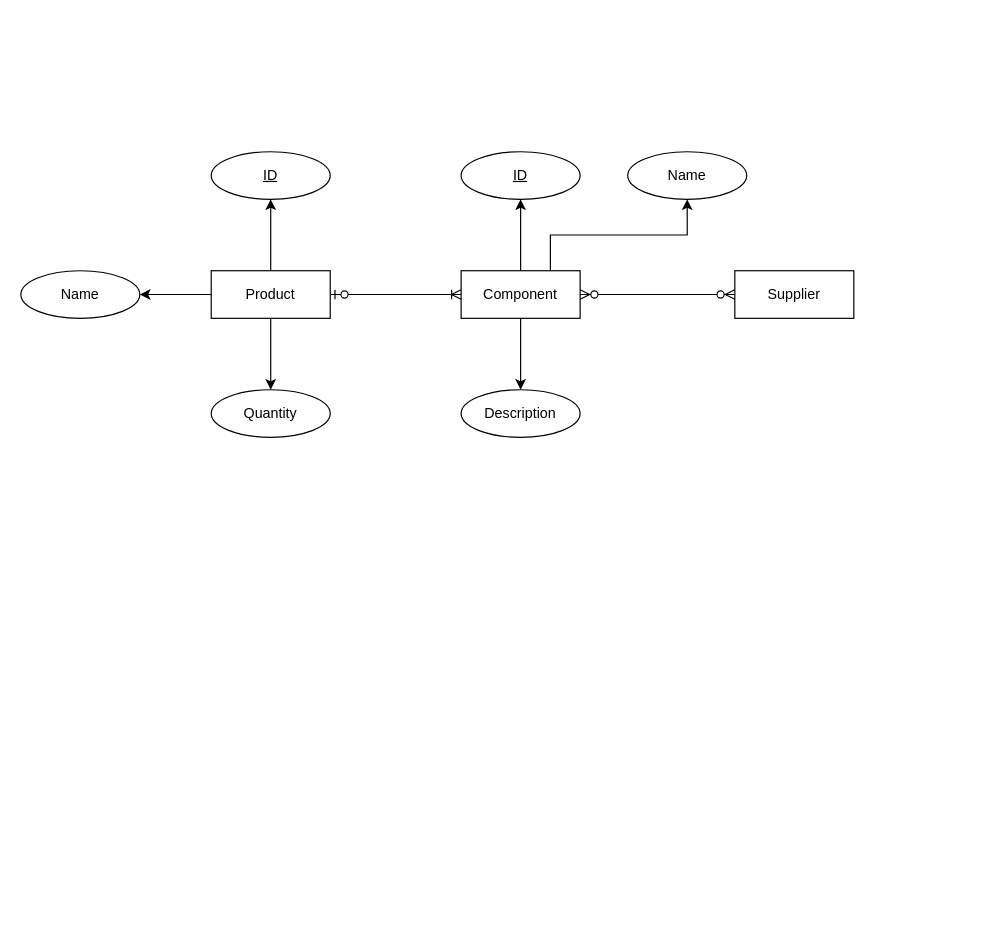
Before: DBMS Data Modeling Ex 1.drawio in c12yp71Cc0d312/sapient-dbms, a draw.io diagram. Source tidied: cells renumbered, new cells numbered last; positions are measured from the earlier drawing's top-left corner, leaving out a move shared by most shapes. Both pictures are drawn from the tidied source at 119%, with x=0, y=0 at pixel (20, 151).
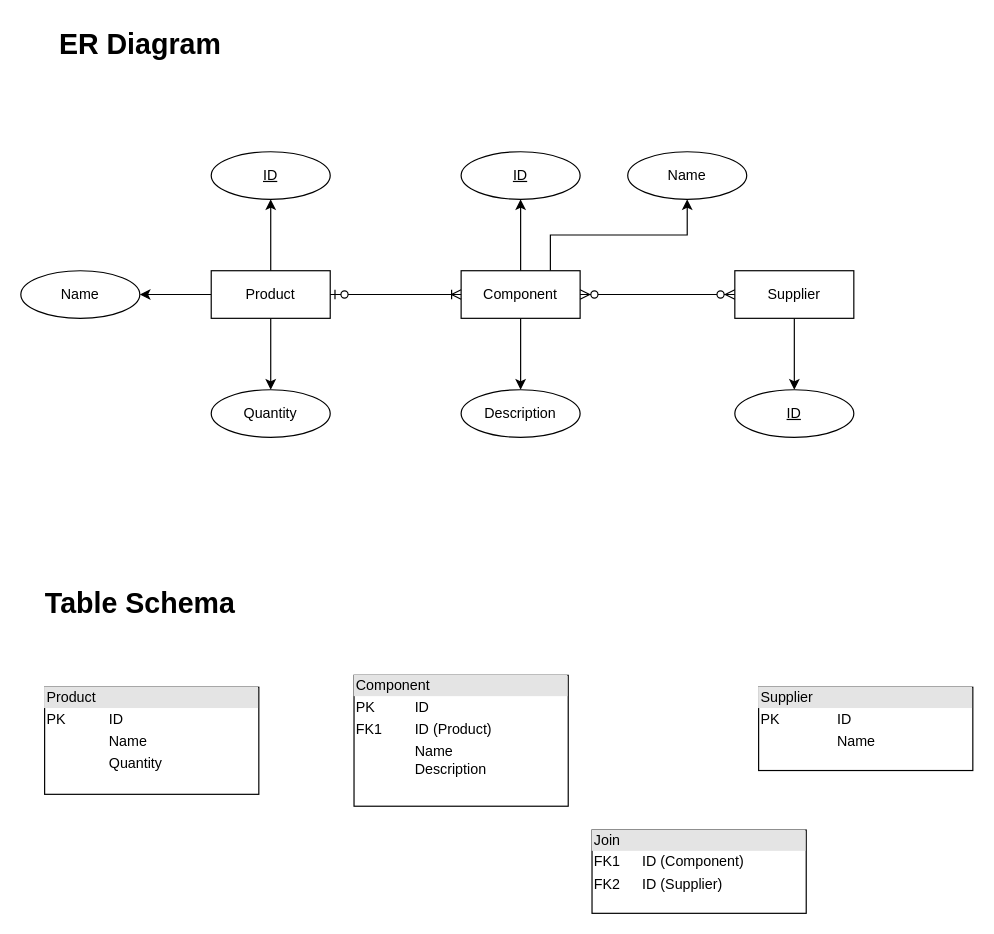
The same page after the edit.

The change refers to these unchanged cells:
```xml
<mxCell id="17" value="Supplier" style="whiteSpace=wrap;html=1;align=center;" parent="1" vertex="1">
  <mxGeometry x="600" y="100" width="100" height="40" as="geometry" />
</mxCell>
```

Diff of the diagram source:
```diff
@@
+    <mxCell id="19" style="edgeStyle=orthogonalEdgeStyle;rounded=0;jettySize=auto;html=1;" parent="1" edge="1" source="17" target="20">
+      <mxGeometry relative="1" as="geometry" />
+    </mxCell>
@@
+    <mxCell id="20" value="&lt;u&gt;ID&lt;/u&gt;" style="ellipse;whiteSpace=wrap;html=1;align=center;" parent="1" vertex="1">
+      <mxGeometry x="600" y="200" width="100" height="40" as="geometry" />
+    </mxCell>
+    <mxCell id="21" value="&lt;div style=&quot;box-sizing: border-box; width: 100%; background: rgb(228, 228, 228); padding: 2px; --darkreader-inline-bgimage: initial; --darkreader-inline-bgcolor: #272b2c;&quot;&gt;Product&lt;/div&gt;&lt;table style=&quot;width:100%;font-size:1em;&quot; cellpadding=&quot;2&quot; cellspacing=&quot;0&quot;&gt;&lt;tbody&gt;&lt;tr&gt;&lt;td&gt;PK&lt;/td&gt;&lt;td&gt;ID&lt;/td&gt;&lt;/tr&gt;&lt;tr&gt;&lt;td&gt;&lt;br&gt;&lt;/td&gt;&lt;td&gt;Name&lt;/td&gt;&lt;/tr&gt;&lt;tr&gt;&lt;td&gt;&lt;/td&gt;&lt;td&gt;Quantity&lt;/td&gt;&lt;/tr&gt;&lt;/tbody&gt;&lt;/table&gt;" style="verticalAlign=top;align=left;overflow=fill;html=1;whiteSpace=wrap;" parent="1" vertex="1">
+      <mxGeometry x="20" y="450" width="180" height="90" as="geometry" />
+    </mxCell>
+    <mxCell id="22" value="&lt;div style=&quot;box-sizing: border-box; width: 100%; background: rgb(228, 228, 228); padding: 2px; --darkreader-inline-bgimage: initial; --darkreader-inline-bgcolor: #272b2c;&quot;&gt;Component&lt;/div&gt;&lt;table style=&quot;width:100%;font-size:1em;&quot; cellpadding=&quot;2&quot; cellspacing=&quot;0&quot;&gt;&lt;tbody&gt;&lt;tr&gt;&lt;td&gt;PK&lt;/td&gt;&lt;td&gt;ID&lt;/td&gt;&lt;/tr&gt;&lt;tr&gt;&lt;td&gt;FK1&lt;/td&gt;&lt;td&gt;ID (Product)&lt;/td&gt;&lt;/tr&gt;&lt;tr&gt;&lt;td&gt;&lt;br&gt;&lt;br&gt;&lt;/td&gt;&lt;td&gt;Name&lt;br&gt;Description&lt;/td&gt;&lt;/tr&gt;&lt;/tbody&gt;&lt;/table&gt;" style="verticalAlign=top;align=left;overflow=fill;html=1;whiteSpace=wrap;" parent="1" vertex="1">
+      <mxGeometry x="280" y="440" width="180" height="110" as="geometry" />
+    </mxCell>
+    <mxCell id="23" value="&lt;div style=&quot;box-sizing: border-box; width: 100%; background: rgb(228, 228, 228); padding: 2px; --darkreader-inline-bgimage: initial; --darkreader-inline-bgcolor: #272b2c;&quot;&gt;Supplier&lt;/div&gt;&lt;table style=&quot;width:100%;font-size:1em;&quot; cellpadding=&quot;2&quot; cellspacing=&quot;0&quot;&gt;&lt;tbody&gt;&lt;tr&gt;&lt;td&gt;PK&lt;/td&gt;&lt;td&gt;ID&lt;/td&gt;&lt;/tr&gt;&lt;tr&gt;&lt;td&gt;&lt;br&gt;&lt;/td&gt;&lt;td&gt;Name&lt;/td&gt;&lt;/tr&gt;&lt;tr&gt;&lt;td&gt;&lt;/td&gt;&lt;td&gt;&lt;br&gt;&lt;/td&gt;&lt;/tr&gt;&lt;/tbody&gt;&lt;/table&gt;" style="verticalAlign=top;align=left;overflow=fill;html=1;whiteSpace=wrap;" parent="1" vertex="1">
+      <mxGeometry x="620" y="450" width="180" height="70" as="geometry" />
+    </mxCell>
+    <mxCell id="24" value="&lt;div style=&quot;box-sizing: border-box; width: 100%; background: rgb(228, 228, 228); padding: 2px; --darkreader-inline-bgimage: initial; --darkreader-inline-bgcolor: #272b2c;&quot;&gt;Join&lt;/div&gt;&lt;table style=&quot;width:100%;font-size:1em;&quot; cellpadding=&quot;2&quot; cellspacing=&quot;0&quot;&gt;&lt;tbody&gt;&lt;tr&gt;&lt;td&gt;FK1&lt;/td&gt;&lt;td&gt;ID (Component)&lt;/td&gt;&lt;/tr&gt;&lt;tr&gt;&lt;td&gt;FK2&lt;/td&gt;&lt;td&gt;ID (Supplier)&lt;/td&gt;&lt;/tr&gt;&lt;tr&gt;&lt;td&gt;&lt;/td&gt;&lt;td&gt;&lt;br&gt;&lt;/td&gt;&lt;/tr&gt;&lt;/tbody&gt;&lt;/table&gt;" style="verticalAlign=top;align=left;overflow=fill;html=1;whiteSpace=wrap;" parent="1" vertex="1">
+      <mxGeometry x="480" y="570" width="180" height="70" as="geometry" />
+    </mxCell>
+    <mxCell id="25" value="Table Schema" style="text;strokeColor=none;fillColor=none;html=1;fontSize=24;fontStyle=1;verticalAlign=middle;align=center;" parent="1" vertex="1">
+      <mxGeometry x="50" y="360" width="100" height="40" as="geometry" />
+    </mxCell>
+    <mxCell id="26" value="ER Diagram" style="text;strokeColor=none;fillColor=none;html=1;fontSize=24;fontStyle=1;verticalAlign=middle;align=center;" parent="1" vertex="1">
+      <mxGeometry x="50" y="-110" width="100" height="40" as="geometry" />
+    </mxCell>
```
